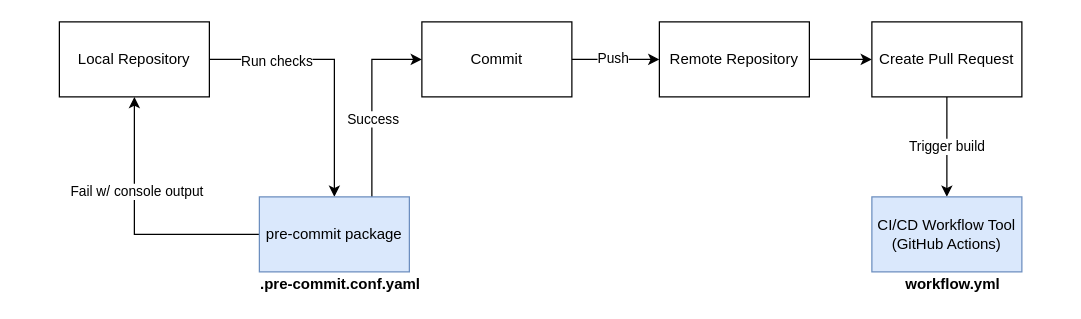
tomvothecoder/drawio keeps this draw.io diagram as Untitled Diagram.drawio. Above is the earlier version. Source tidied: cells renumbered, new cells numbered last; positions are measured from the earlier drawing's top-left corner, leaving out a move shared by most shapes. Both pictures are drawn from the tidied source at 125%, with x=0, y=0 at pixel (59, 21).
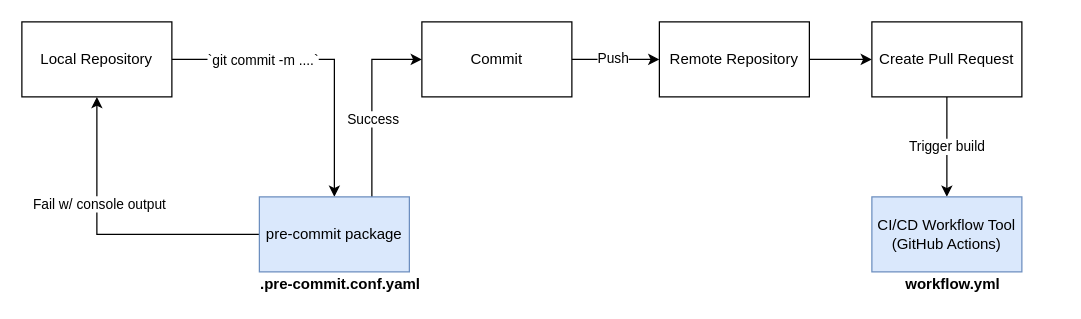
Above is the later version.

The change refers to these unchanged cells:
```xml
<mxCell id="2" style="edgeStyle=orthogonalEdgeStyle;rounded=0;jettySize=auto;html=1;entryX=0.5;entryY=0;entryDx=0;entryDy=0;" parent="1" edge="1" source="4" target="14">
  <mxGeometry relative="1" as="geometry" />
</mxCell>
```

Change to the diagram source:
```diff
@@
-    <mxCell id="3" value="Run checks" style="edgeLabel;html=1;align=center;verticalAlign=middle;" parent="2" vertex="1">
-      <mxGeometry x="-0.5" y="-1" relative="1" as="geometry" />
+    <mxCell id="3" value="`git commit -m ....`" style="edgeLabel;html=1;align=center;verticalAlign=middle;" parent="2" vertex="1">
+      <mxGeometry x="-0.5" y="-1" relative="1" as="geometry">
+        <mxPoint x="12" y="-1" as="offset" />
+      </mxGeometry>
     </mxCell>
     <mxCell id="4" value="Local Repository" style="rounded=0;whiteSpace=wrap;html=1;" parent="1" vertex="1">
-      <mxGeometry width="120" height="60" as="geometry" />
+      <mxGeometry x="-30" width="120" height="60" as="geometry" />
     </mxCell>
```
